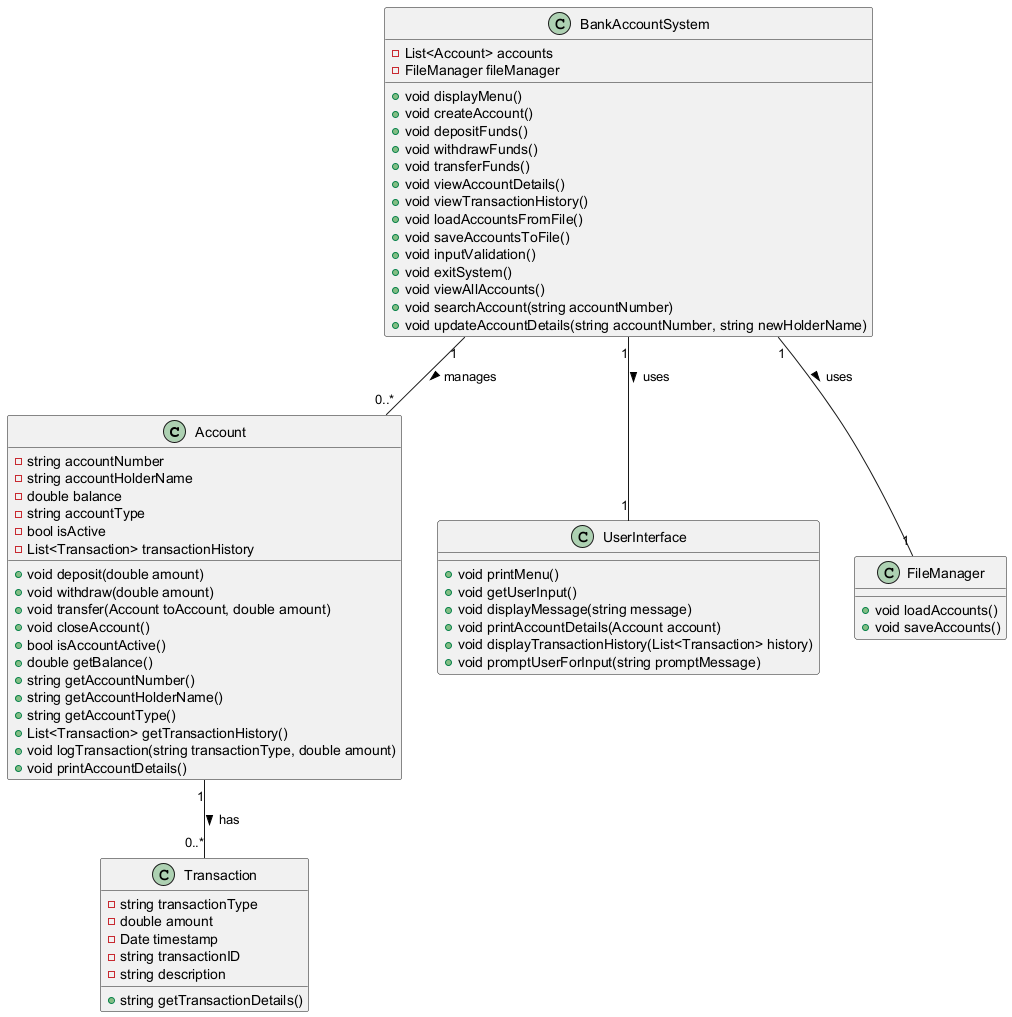
Earlier version of the PlantUML export bankSystem.png (AlexCabreraD/Bank-Account-System).
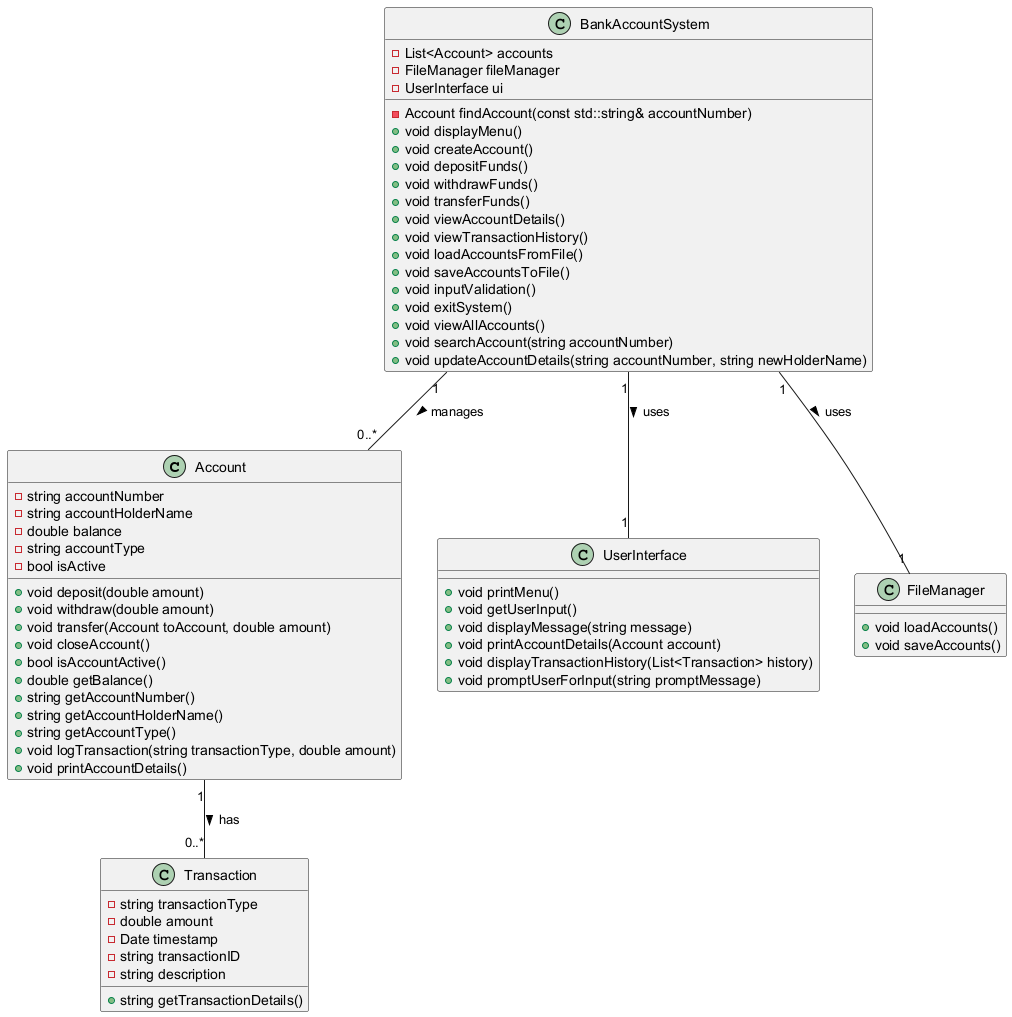
Above is the later version.

Commit message:
removed transaction history from account

The edit, as a diff of the source:
```diff
@@ -6,7 +6,6 @@
     -double balance
     -string accountType
     -bool isActive
-    -List<Transaction> transactionHistory
     +void deposit(double amount)
     +void withdraw(double amount)
     +void transfer(Account toAccount, double amount)
@@ -16,7 +15,6 @@
     +string getAccountNumber()
     +string getAccountHolderName()
     +string getAccountType()
-    +List<Transaction> getTransactionHistory()
     +void logTransaction(string transactionType, double amount)
     +void printAccountDetails()
 }
@@ -33,6 +31,8 @@
 class BankAccountSystem {
     -List<Account> accounts
     -FileManager fileManager
+    -UserInterface ui
+    -Account findAccount(const std::string& accountNumber)
     +void displayMenu()
     +void createAccount()
     +void depositFunds()
```
